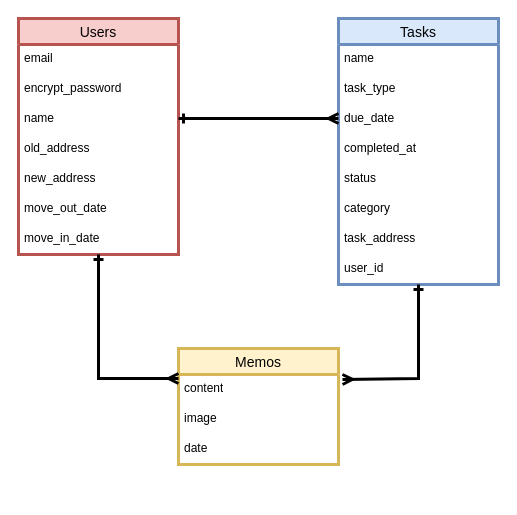
Before: db.dio in tomoyan1/hikkoshi_guide, a draw.io diagram. Source tidied: cells renumbered, new cells numbered last; positions are measured from the earlier drawing's top-left corner, leaving out a move shared by most shapes. Both pictures are drawn from the tidied source at 100%, with x=0, y=0 at pixel (18, 18).
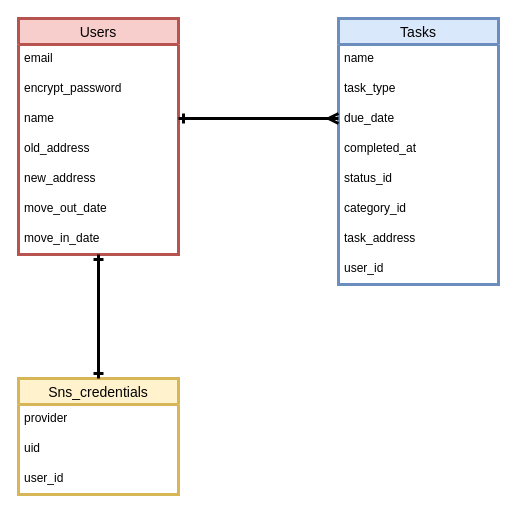
Above is the later version.

Unchanged cells that the change refers to:
```xml
<mxCell id="2" value="Users" style="swimlane;fontStyle=0;horizontal=1;startSize=26;align=center;fontSize=14;fillColor=#f8cecc;strokeColor=#b85450;strokeWidth=3;" parent="1" vertex="1">
  <mxGeometry width="160" height="236" as="geometry" />
</mxCell>
<mxCell id="10" value="Tasks" style="swimlane;fontStyle=0;horizontal=1;startSize=26;align=center;fontSize=14;fillColor=#dae8fc;strokeColor=#6c8ebf;strokeWidth=3;" parent="1" vertex="1">
  <mxGeometry x="320" width="160" height="266" as="geometry" />
</mxCell>
```

What changed in the source:
```diff
@@
-    <mxCell id="15" value="status" style="text;strokeColor=none;fillColor=none;spacingLeft=4;spacingRight=4;overflow=hidden;fontSize=12;whiteSpace=wrap;html=1;" parent="10" vertex="1">
+    <mxCell id="15" value="status_id" style="text;strokeColor=none;fillColor=none;spacingLeft=4;spacingRight=4;overflow=hidden;fontSize=12;whiteSpace=wrap;html=1;" parent="10" vertex="1">
       <mxGeometry y="146" width="160" height="30" as="geometry" />
     </mxCell>
-    <mxCell id="16" value="category" style="text;strokeColor=none;fillColor=none;spacingLeft=4;spacingRight=4;overflow=hidden;fontSize=12;whiteSpace=wrap;html=1;" parent="10" vertex="1">
+    <mxCell id="16" value="category_id&lt;div&gt;&lt;br&gt;&lt;/div&gt;" style="text;strokeColor=none;fillColor=none;spacingLeft=4;spacingRight=4;overflow=hidden;fontSize=12;whiteSpace=wrap;html=1;" parent="10" vertex="1">
       <mxGeometry y="176" width="160" height="30" as="geometry" />
     </mxCell>
@@
-    <mxCell id="20" value="Memos" style="swimlane;fontStyle=0;horizontal=1;startSize=26;align=center;fontSize=14;fillColor=#fff2cc;strokeColor=#d6b656;strokeWidth=3;" parent="1" vertex="1">
-      <mxGeometry x="160" y="330" width="160" height="116" as="geometry" />
+    <mxCell id="20" value="Sns_credentials" style="swimlane;fontStyle=0;horizontal=1;startSize=26;align=center;fontSize=14;fillColor=#fff2cc;strokeColor=#d6b656;strokeWidth=3;" parent="1" vertex="1">
+      <mxGeometry y="360" width="160" height="116" as="geometry" />
     </mxCell>
-    <mxCell id="21" value="content" style="text;strokeColor=none;fillColor=none;spacingLeft=4;spacingRight=4;overflow=hidden;points=[[0,0.5],[1,0.5]];portConstraint=eastwest;fontSize=12;whiteSpace=wrap;html=1;" parent="20" vertex="1">
+    <mxCell id="21" value="provider" style="text;strokeColor=none;fillColor=none;spacingLeft=4;spacingRight=4;overflow=hidden;points=[[0,0.5],[1,0.5]];portConstraint=eastwest;fontSize=12;whiteSpace=wrap;html=1;" parent="20" vertex="1">
       <mxGeometry y="26" width="160" height="30" as="geometry" />
     </mxCell>
-    <mxCell id="22" value="image" style="text;strokeColor=none;fillColor=none;spacingLeft=4;spacingRight=4;overflow=hidden;fontSize=12;whiteSpace=wrap;html=1;" parent="20" vertex="1">
+    <mxCell id="22" value="uid" style="text;strokeColor=none;fillColor=none;spacingLeft=4;spacingRight=4;overflow=hidden;fontSize=12;whiteSpace=wrap;html=1;" parent="20" vertex="1">
       <mxGeometry y="56" width="160" height="30" as="geometry" />
     </mxCell>
-    <mxCell id="23" value="date" style="text;strokeColor=none;fillColor=none;spacingLeft=4;spacingRight=4;overflow=hidden;fontSize=12;whiteSpace=wrap;html=1;" parent="20" vertex="1">
+    <mxCell id="23" value="user_id" style="text;strokeColor=none;fillColor=none;spacingLeft=4;spacingRight=4;overflow=hidden;fontSize=12;whiteSpace=wrap;html=1;" parent="20" vertex="1">
       <mxGeometry y="86" width="160" height="30" as="geometry" />
     </mxCell>
-    <mxCell id="24" style="endArrow=ERmany;html=1;rounded=0;strokeWidth=3;exitX=0.5;exitY=1;exitDx=0;exitDy=0;endFill=0;startArrow=ERone;startFill=0;" parent="1" edge="1" source="2">
+    <mxCell id="24" style="endArrow=ERone;html=1;rounded=0;strokeWidth=3;exitX=0.5;exitY=1;exitDx=0;exitDy=0;endFill=0;startArrow=ERone;startFill=0;" parent="1" edge="1" source="2">
       <mxGeometry relative="1" as="geometry">
-        <mxPoint x="160" y="360" as="targetPoint" />
+        <mxPoint x="80" y="350" as="targetPoint" />
         <Array as="points">
           <mxPoint x="80" y="360" />
         </Array>
       </mxGeometry>
     </mxCell>
-    <mxCell id="25" style="endArrow=ERmany;html=1;rounded=0;strokeWidth=3;exitX=0.5;exitY=1;exitDx=0;exitDy=0;entryX=1.025;entryY=0.167;entryDx=0;entryDy=0;entryPerimeter=0;endFill=0;startArrow=ERone;startFill=0;" parent="1" edge="1" target="21">
-      <mxGeometry relative="1" as="geometry">
-        <mxPoint x="400" y="266" as="sourcePoint" />
-        <Array as="points">
-          <mxPoint x="400" y="360" />
-        </Array>
-      </mxGeometry>
-    </mxCell>
```
